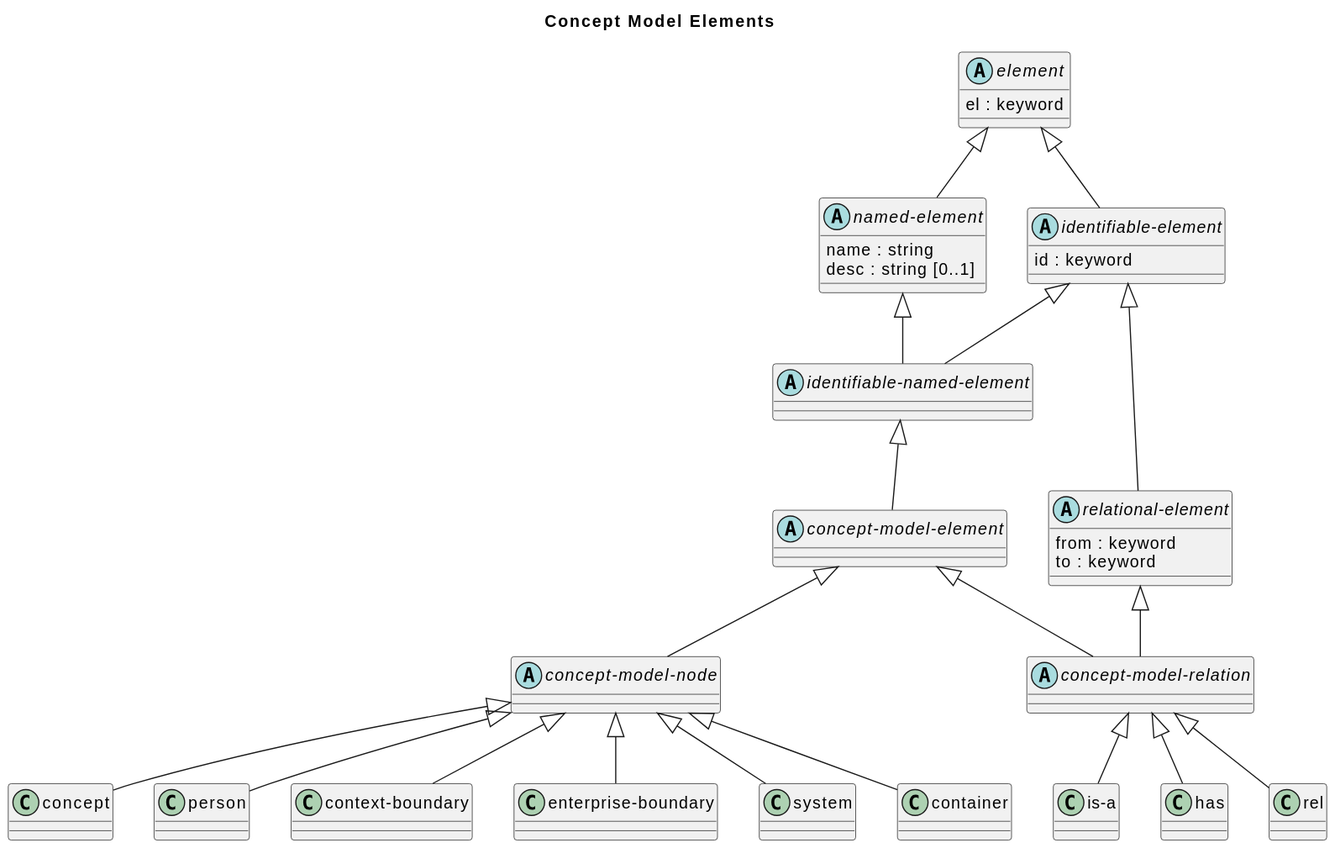
soulspace-org/overarch keeps this PlantUML diagram as doc/images/overarch/data-model/concept-model-elements.svg. Above is the earlier version.
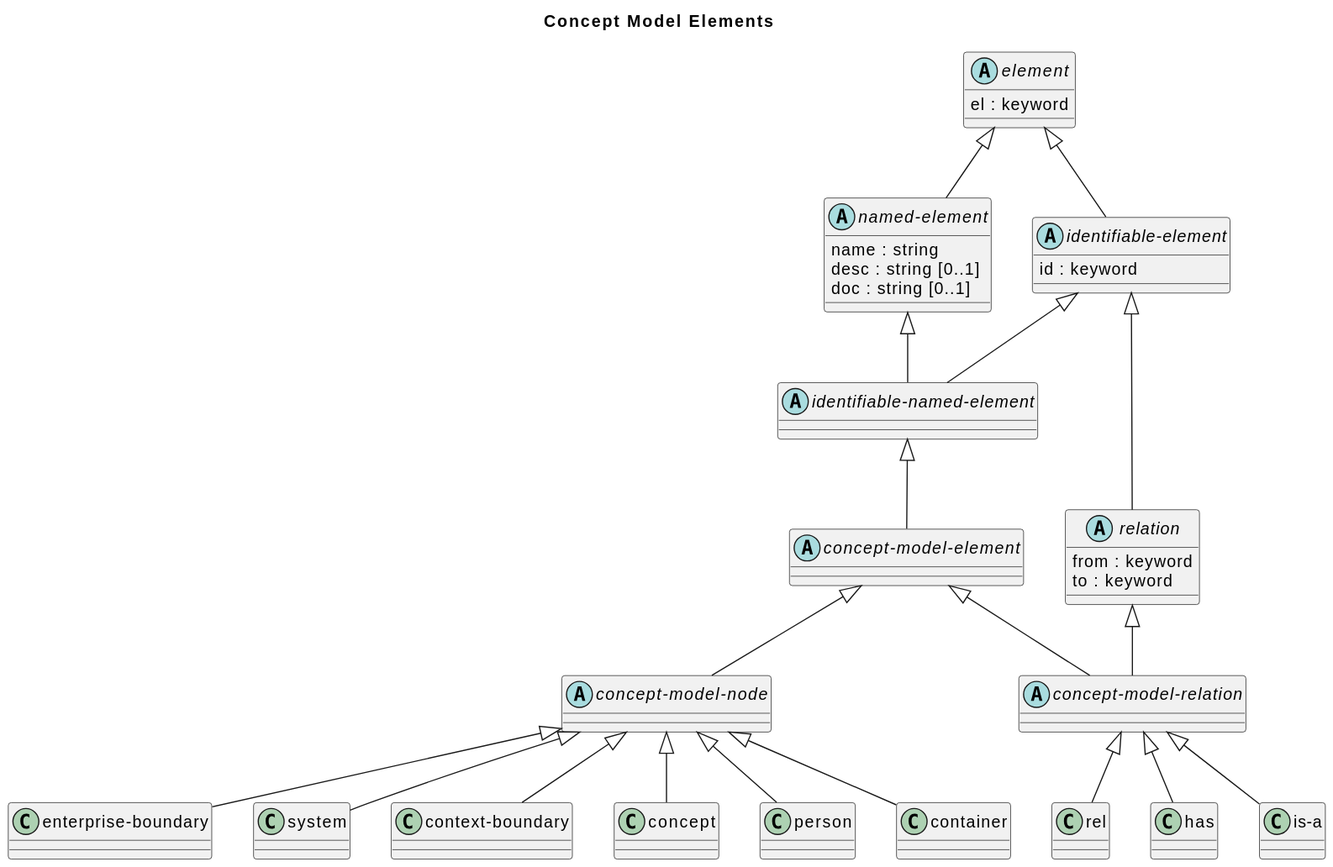
Later version of the same file.

Commit message:
updated data model and diagrams

Change to the diagram source:
```diff
@@ -1,41 +1,43 @@
 @startuml
 title Concept Model Elements
+
+abstract class "identifiable-named-element" as overarch_dataModel_identifiableNamedElement {}
+class "enterprise-boundary" as overarch_dataModel_enterpriseBoundary {}
+class "system" as overarch_dataModel_system {}
+abstract class "concept-model-element" as overarch_dataModel_conceptModelElement {}
+class "rel" as overarch_dataModel_rel {}
 abstract class "element" as overarch_dataModel_element {
   el : keyword
 }
+abstract class "relation" as overarch_dataModel_relation {
+  from : keyword
+  to : keyword
+}
+class "context-boundary" as overarch_dataModel_contextBoundary {}
+class "concept" as overarch_dataModel_concept {}
+class "has" as overarch_dataModel_has {}
+abstract class "named-element" as overarch_dataModel_namedElement {
+  name : string
+  desc : string [0..1]
+  doc : string [0..1]
+}
+abstract class "concept-model-node" as overarch_dataModel_conceptModelNode {}
 abstract class "identifiable-element" as overarch_dataModel_identifiableElement {
   id : keyword
 }
-abstract class "named-element" as overarch_dataModel_namedElement {
-  name : string
-  desc : string [0..1]
-}
-abstract class "identifiable-named-element" as overarch_dataModel_identifiableNamedElement {}
-abstract class "relational-element" as overarch_dataModel_relationalElement {
-  from : keyword
-  to : keyword
-}
-abstract class "concept-model-element" as overarch_dataModel_conceptModelElement {}
-abstract class "concept-model-node" as overarch_dataModel_conceptModelNode {}
 abstract class "concept-model-relation" as overarch_dataModel_conceptModelRelation {}
-class "concept" as overarch_dataModel_concept {}
 class "person" as overarch_dataModel_person {}
-class "context-boundary" as overarch_dataModel_contextBoundary {}
-class "enterprise-boundary" as overarch_dataModel_enterpriseBoundary {}
-class "system" as overarch_dataModel_system {}
 class "container" as overarch_dataModel_container {}
 class "is-a" as overarch_dataModel_isA {}
-class "has" as overarch_dataModel_has {}
-class "rel" as overarch_dataModel_rel {}
 overarch_dataModel_element <|-- overarch_dataModel_identifiableElement
 overarch_dataModel_element <|-- overarch_dataModel_namedElement
 overarch_dataModel_identifiableElement <|-- overarch_dataModel_identifiableNamedElement
 overarch_dataModel_namedElement <|-- overarch_dataModel_identifiableNamedElement
-overarch_dataModel_identifiableElement <|-- overarch_dataModel_relationalElement
+overarch_dataModel_identifiableElement <|-- overarch_dataModel_relation
 overarch_dataModel_identifiableNamedElement <|-- overarch_dataModel_conceptModelElement
 overarch_dataModel_conceptModelElement <|-- overarch_dataModel_conceptModelNode
 overarch_dataModel_conceptModelElement <|-- overarch_dataModel_conceptModelRelation
-overarch_dataModel_relationalElement <|-- overarch_dataModel_conceptModelRelation
+overarch_dataModel_relation <|-- overarch_dataModel_conceptModelRelation
 overarch_dataModel_conceptModelNode <|-- overarch_dataModel_concept
 overarch_dataModel_conceptModelNode <|-- overarch_dataModel_enterpriseBoundary
 overarch_dataModel_conceptModelNode <|-- overarch_dataModel_contextBoundary
```
